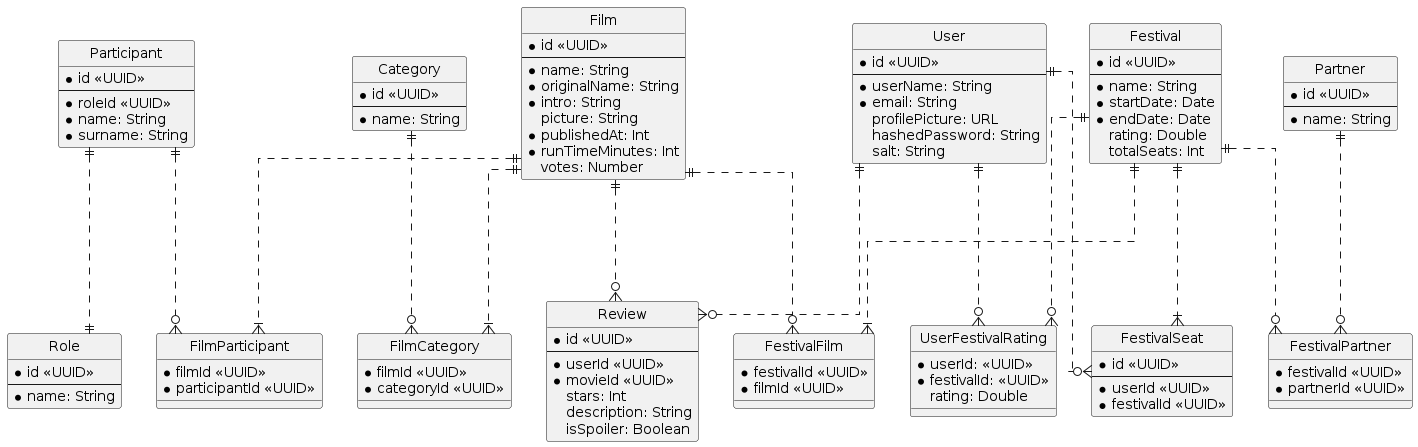
Before: apps/backend/diagrams/film_festival.png, a diagram exported from PlantUML (katyadam/film-festival). The source it was exported from:
```plantuml
@startuml film_festival

skinparam Linetype ortho
hide circle


entity User {
  * id <<UUID>>
  ---
  * userName: String
  * email: String
  profilePicture: URL
  hashedPassword: String
  salt: String
}

entity Review {
  * id <<UUID>>
  ---
  * userId <<UUID>>
  * movieId <<UUID>>
  stars: Int
  description: String
  isSpoiler: Boolean
}

entity Film {
  * id <<UUID>>
  ---
  * name: String
  * originalName: String
  * intro: String
  picture: String
  * publishedAt: Int
  * runTimeMinutes: Int
  votes: Number
}

entity Category {
  * id <<UUID>>
  ---
  * name: String
}

entity FilmCategory {
  * filmId <<UUID>>
  * categoryId <<UUID>>
}

entity FilmParticipant {
  * filmId <<UUID>>
  * participantId <<UUID>>
}

entity Participant {
  * id <<UUID>>
  ---
  * roleId <<UUID>>
  * name: String
  * surname: String
}

entity Role {
  * id <<UUID>>
  ---
  * name: String
}

entity Festival {
  * id <<UUID>>
  ---
  * name: String
  * startDate: Date
  * endDate: Date
  rating: Double
  totalSeats: Int
}

entity UserFestivalRating {
  * userId: <<UUID>>
  * festivalId: <<UUID>>
  rating: Double
}

entity FestivalFilm {
  * festivalId <<UUID>>
  * filmId <<UUID>>
}

entity FestivalSeat {
  * id <<UUID>>
  ---
  * userId <<UUID>>
  * festivalId <<UUID>>
}

entity Partner {
  * id <<UUID>>
  ---
  * name: String
}

entity FestivalPartner {
  * festivalId <<UUID>>
  * partnerId <<UUID>>
}

Film ||...|{ FilmCategory
Category ||...o{ FilmCategory
User ||...o{ Review
Film ||...o{ Review
Film ||...o{ FestivalFilm
Festival ||...|{ FestivalFilm
User ||...o{ FestivalSeat
Festival ||...|{ FestivalSeat
Partner ||...o{ FestivalPartner
Festival ||...o{ FestivalPartner
Participant ||...||Role
Participant ||...o{ FilmParticipant
Film ||...|{ FilmParticipant
User ||...o{ UserFestivalRating
Festival ||...o{ UserFestivalRating

@enduml
```
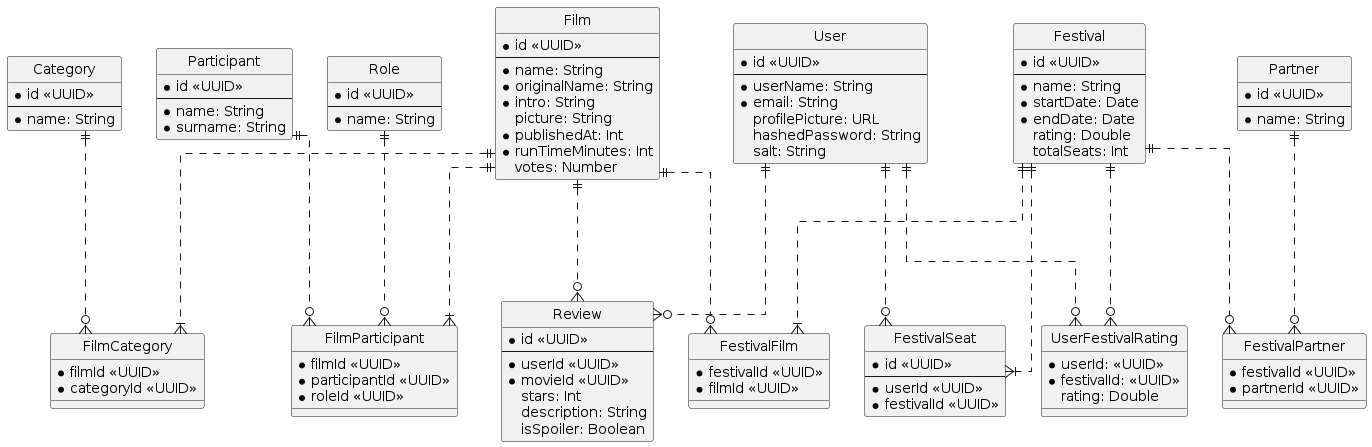
Above is the later version.

Commit message:
fix: remove relationship between participant and role

The edit, as a diff of the source:
```diff
@@ -50,12 +50,12 @@
 entity FilmParticipant {
   * filmId <<UUID>>
   * participantId <<UUID>>
+  * roleId <<UUID>>
 }
 
 entity Participant {
   * id <<UUID>>
   ---
-  * roleId <<UUID>>
   * name: String
   * surname: String
 }
@@ -115,10 +115,10 @@
 Festival ||...|{ FestivalSeat
 Partner ||...o{ FestivalPartner
 Festival ||...o{ FestivalPartner
-Participant ||...||Role
 Participant ||...o{ FilmParticipant
 Film ||...|{ FilmParticipant
 User ||...o{ UserFestivalRating
 Festival ||...o{ UserFestivalRating
+Role ||...o{ FilmParticipant
 
 @enduml
```
